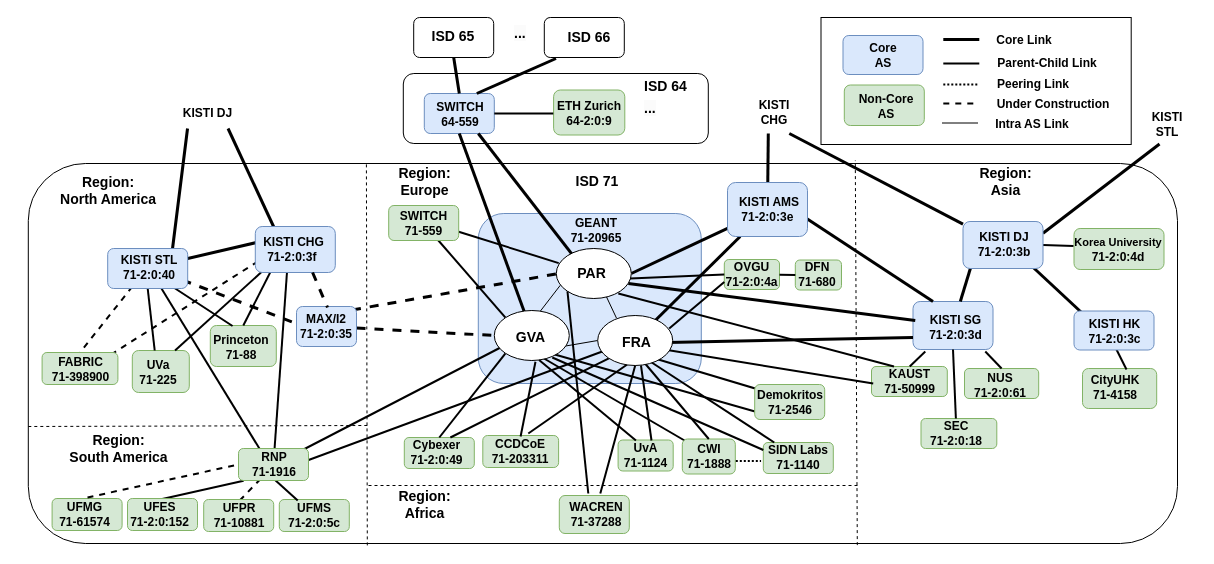
Above: docs/source/images/edunet-topo.drawio in netsys-lab/scion-education-network-documentation (draw.io), before the change. Source tidied: cells renumbered, new cells numbered last; positions are measured from the earlier drawing's top-left corner, leaving out a move shared by most shapes. Both pictures are drawn from the tidied source at 100%, with x=0, y=0 at pixel (17, 17).
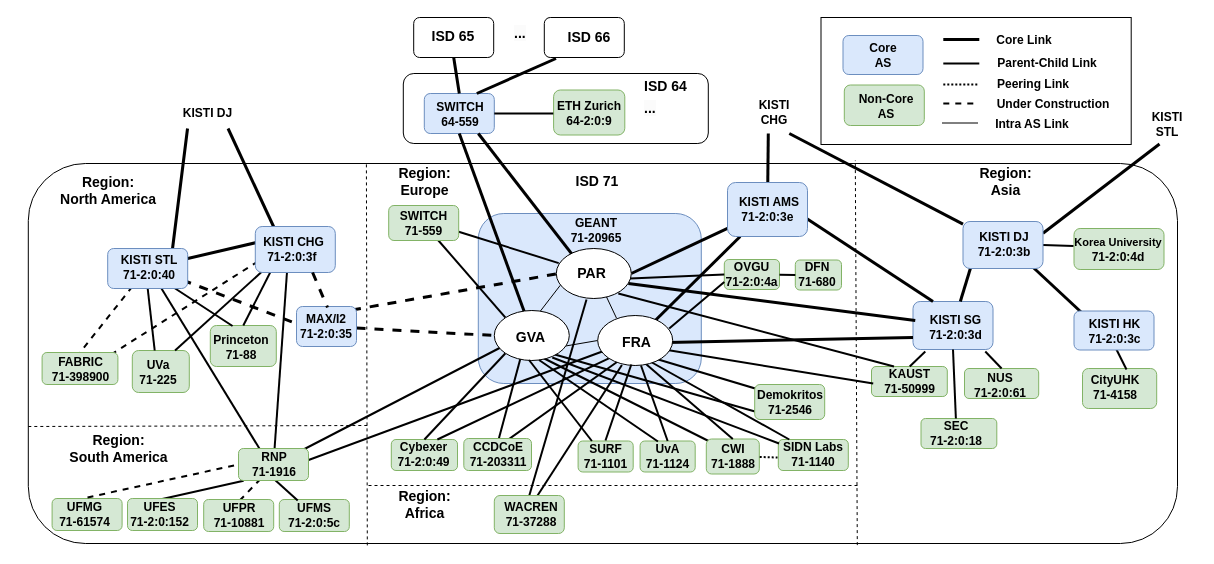
Above is the later version.

Unchanged cells that the change refers to:
```xml
<mxCell id="80" style="ellipse;whiteSpace=wrap;html=1;" parent="1" vertex="1">
  <mxGeometry x="538.8" y="231" width="75" height="50" as="geometry" />
</mxCell>
<mxCell id="134" style="ellipse;whiteSpace=wrap;html=1;" parent="1" vertex="1">
  <mxGeometry x="476.8" y="293" width="75" height="50" as="geometry" />
</mxCell>
<mxCell id="137" style="ellipse;whiteSpace=wrap;html=1;" parent="1" vertex="1">
  <mxGeometry x="580.2" y="298" width="75" height="50" as="geometry" />
</mxCell>
```

What changed in the source:
```diff
@@
     <mxCell id="11" style="rounded=1;whiteSpace=wrap;html=1;fillColor=#d5e8d4;strokeColor=#82b366;" parent="1" vertex="1">
-      <mxGeometry x="745.8" y="425" width="70" height="31" as="geometry" />
+      <mxGeometry x="760.8" y="422" width="70" height="31" as="geometry" />
     </mxCell>
     <mxCell id="12" value="SIDN Labs&lt;br&gt;71-1140" style="text;html=1;strokeColor=none;fillColor=none;align=center;verticalAlign=middle;whiteSpace=wrap;rounded=0;fontStyle=1;" parent="1" vertex="1">
-      <mxGeometry x="745.8" y="425" width="70" height="30" as="geometry" />
+      <mxGeometry x="760.8" y="422" width="70" height="30" as="geometry" />
     </mxCell>
@@
-    <mxCell id="18" style="endArrow=none;html=1;rounded=0;entryX=0.773;entryY=0.94;entryDx=0;entryDy=0;strokeWidth=2;entryPerimeter=0;exitX=0;exitY=0.25;exitDx=0;exitDy=0;" parent="1" edge="1" source="12" target="134">
+    <mxCell id="18" style="endArrow=none;html=1;rounded=0;entryX=0.773;entryY=0.94;entryDx=0;entryDy=0;strokeWidth=2;entryPerimeter=0;exitX=0.011;exitY=0.133;exitDx=0;exitDy=0;exitPerimeter=0;" parent="1" edge="1" source="12" target="134">
       <mxGeometry relative="1" as="geometry" />
     </mxCell>
@@
     <mxCell id="52" style="rounded=1;whiteSpace=wrap;html=1;fillColor=#d5e8d4;strokeColor=#82b366;" parent="1" vertex="1">
-      <mxGeometry x="386.8" y="420" width="70" height="31" as="geometry" />
+      <mxGeometry x="373.8" y="422" width="66.2" height="31" as="geometry" />
     </mxCell>
     <mxCell id="53" value="Cybexer&lt;br&gt;71-2:0:49" style="text;html=1;strokeColor=none;fillColor=none;align=center;verticalAlign=middle;whiteSpace=wrap;rounded=0;fontStyle=1;" parent="1" vertex="1">
-      <mxGeometry x="390.5" y="420" width="56.5" height="30" as="geometry" />
+      <mxGeometry x="377.5" y="422" width="56.5" height="30" as="geometry" />
     </mxCell>
@@
-    <mxCell id="82" style="rounded=1;whiteSpace=wrap;html=1;fillColor=#d5e8d4;strokeColor=#82b366;" parent="1" vertex="1">
-      <mxGeometry x="465.3" y="418" width="75.8" height="32" as="geometry" />
-    </mxCell>
-    <mxCell id="83" value="CCDCoE&lt;br&gt;&lt;font style=&quot;font-size: 12px;&quot;&gt;71-203311&lt;/font&gt;" style="text;html=1;strokeColor=none;fillColor=none;align=center;verticalAlign=middle;whiteSpace=wrap;rounded=0;fontStyle=1;" parent="1" vertex="1">
-      <mxGeometry x="471.1" y="419" width="64" height="30" as="geometry" />
-    </mxCell>
-    <mxCell id="84" style="endArrow=none;html=1;rounded=0;exitX=0.5;exitY=0;exitDx=0;exitDy=0;strokeWidth=2;entryX=0.549;entryY=1.024;entryDx=0;entryDy=0;entryPerimeter=0;" parent="1" edge="1" source="83" target="134">
+    <mxCell id="84" style="endArrow=none;html=1;rounded=0;exitX=0.5;exitY=0;exitDx=0;exitDy=0;strokeWidth=2;entryX=0.35;entryY=0.95;entryDx=0;entryDy=0;entryPerimeter=0;" parent="1" edge="1" source="83" target="134">
       <mxGeometry relative="1" as="geometry" />
     </mxCell>
@@
-    <mxCell id="89" style="rounded=1;whiteSpace=wrap;html=1;fillColor=#d5e8d4;strokeColor=#82b366;" parent="1" vertex="1">
-      <mxGeometry x="541.8" y="478" width="70" height="38" as="geometry" />
-    </mxCell>
-    <mxCell id="90" value="WACREN&lt;div&gt;71-37288&lt;/div&gt;" style="text;html=1;strokeColor=none;fillColor=none;align=center;verticalAlign=middle;whiteSpace=wrap;rounded=0;fontStyle=1;" parent="1" vertex="1">
-      <mxGeometry x="543.8" y="482" width="70" height="30" as="geometry" />
-    </mxCell>
-    <mxCell id="91" style="endArrow=none;html=1;rounded=0;strokeWidth=2;entryX=0;entryY=1;entryDx=0;entryDy=0;" parent="1" edge="1" target="80">
-      <mxGeometry relative="1" as="geometry">
-        <mxPoint x="570.8" y="476" as="sourcePoint" />
-      </mxGeometry>
+    <mxCell id="91" style="endArrow=none;html=1;rounded=0;strokeWidth=2;entryX=0.403;entryY=1.02;entryDx=0;entryDy=0;entryPerimeter=0;exitX=0.5;exitY=0;exitDx=0;exitDy=0;" parent="1" edge="1" source="89" target="80">
+      <mxGeometry relative="1" as="geometry" />
     </mxCell>
-    <mxCell id="92" style="endArrow=none;html=1;rounded=0;entryX=0.5;entryY=1;entryDx=0;entryDy=0;strokeWidth=2;" parent="1" edge="1" target="137">
-      <mxGeometry relative="1" as="geometry">
-        <mxPoint x="582.8" y="476" as="sourcePoint" />
-      </mxGeometry>
+    <mxCell id="92" style="endArrow=none;html=1;rounded=0;strokeWidth=2;entryX=0.323;entryY=0.99;entryDx=0;entryDy=0;entryPerimeter=0;exitX=0.604;exitY=0.039;exitDx=0;exitDy=0;exitPerimeter=0;" parent="1" edge="1" source="89" target="137">
+      <mxGeometry relative="1" as="geometry" />
     </mxCell>
@@
-    <mxCell id="105" style="endArrow=none;html=1;rounded=0;entryX=0.393;entryY=0.98;entryDx=0;entryDy=0;strokeWidth=2;entryPerimeter=0;" parent="1" edge="1" target="137">
-      <mxGeometry relative="1" as="geometry">
-        <mxPoint x="510.8" y="416" as="sourcePoint" />
-      </mxGeometry>
+    <mxCell id="105" style="endArrow=none;html=1;rounded=0;entryX=0.257;entryY=0.93;entryDx=0;entryDy=0;strokeWidth=2;entryPerimeter=0;exitX=0.631;exitY=0.033;exitDx=0;exitDy=0;exitPerimeter=0;" parent="1" edge="1" source="83" target="137">
+      <mxGeometry relative="1" as="geometry" />
     </mxCell>
@@
     <mxCell id="132" style="rounded=1;whiteSpace=wrap;html=1;fillColor=#d5e8d4;strokeColor=#82b366;" parent="1" vertex="1">
-      <mxGeometry x="664.8" y="421.5" width="53" height="35" as="geometry" />
+      <mxGeometry x="688.8" y="421.5" width="53" height="35" as="geometry" />
     </mxCell>
     <mxCell id="133" value="CWI&lt;br&gt;71-1888" style="text;html=1;strokeColor=none;fillColor=none;align=center;verticalAlign=middle;whiteSpace=wrap;rounded=0;fontStyle=1;" parent="1" vertex="1">
-      <mxGeometry x="664.8" y="428.5" width="53.5" height="20" as="geometry" />
+      <mxGeometry x="688.8" y="428.5" width="53.5" height="20" as="geometry" />
     </mxCell>
@@
     <mxCell id="161" style="rounded=1;whiteSpace=wrap;html=1;fillColor=#d5e8d4;strokeColor=#82b366;" parent="1" vertex="1">
-      <mxGeometry x="600.6" y="422.5" width="55.1" height="31" as="geometry" />
+      <mxGeometry x="622.6" y="423.5" width="55.1" height="31" as="geometry" />
     </mxCell>
     <mxCell id="162" value="UvA&lt;br&gt;71-1124" style="text;html=1;strokeColor=none;fillColor=none;align=center;verticalAlign=middle;whiteSpace=wrap;rounded=0;fontStyle=1;" parent="1" vertex="1">
-      <mxGeometry x="600.6" y="422.5" width="55.1" height="30" as="geometry" />
+      <mxGeometry x="622.6" y="423.5" width="55.1" height="30" as="geometry" />
     </mxCell>
-    <mxCell id="163" style="endArrow=none;html=1;rounded=0;strokeWidth=2;dashed=1;dashPattern=1 1;exitX=1;exitY=0.75;exitDx=0;exitDy=0;entryX=-0.032;entryY=0.617;entryDx=0;entryDy=0;entryPerimeter=0;" parent="1" edge="1" source="133" target="12">
-      <mxGeometry relative="1" as="geometry" />
+    <mxCell id="163" style="endArrow=none;html=1;rounded=0;strokeWidth=2;dashed=1;dashPattern=1 1;exitX=1;exitY=0.75;exitDx=0;exitDy=0;" parent="1" edge="1">
+      <mxGeometry relative="1" as="geometry">
+        <mxPoint x="742.2" y="439.5" as="sourcePoint" />
+        <mxPoint x="760" y="440" as="targetPoint" />
+      </mxGeometry>
     </mxCell>
@@
-    <mxCell id="165" style="endArrow=none;html=1;rounded=0;strokeWidth=2;exitX=0.5;exitY=0;exitDx=0;exitDy=0;entryX=0.577;entryY=1;entryDx=0;entryDy=0;entryPerimeter=0;" parent="1" edge="1" target="137">
-      <mxGeometry relative="1" as="geometry">
-        <mxPoint x="634" y="423" as="sourcePoint" />
-      </mxGeometry>
+    <mxCell id="165" style="endArrow=none;html=1;rounded=0;strokeWidth=2;exitX=0.5;exitY=0;exitDx=0;exitDy=0;entryX=0.577;entryY=1;entryDx=0;entryDy=0;entryPerimeter=0;" parent="1" edge="1" source="162" target="137">
+      <mxGeometry relative="1" as="geometry" />
     </mxCell>
@@
+    <mxCell id="82" style="rounded=1;whiteSpace=wrap;html=1;fillColor=#d5e8d4;strokeColor=#82b366;" parent="1" vertex="1">
+      <mxGeometry x="446.3" y="421" width="67.7" height="32" as="geometry" />
+    </mxCell>
+    <mxCell id="83" value="CCDCoE&lt;br&gt;&lt;font style=&quot;font-size: 12px;&quot;&gt;71-203311&lt;/font&gt;" style="text;html=1;strokeColor=none;fillColor=none;align=center;verticalAlign=middle;whiteSpace=wrap;rounded=0;fontStyle=1;" parent="1" vertex="1">
+      <mxGeometry x="449.1" y="422" width="64" height="30" as="geometry" />
+    </mxCell>
+    <mxCell id="89" style="rounded=1;whiteSpace=wrap;html=1;fillColor=#d5e8d4;strokeColor=#82b366;" parent="1" vertex="1">
+      <mxGeometry x="476.8" y="478" width="70" height="38" as="geometry" />
+    </mxCell>
+    <mxCell id="90" value="WACREN&lt;div&gt;71-37288&lt;/div&gt;" style="text;html=1;strokeColor=none;fillColor=none;align=center;verticalAlign=middle;whiteSpace=wrap;rounded=0;fontStyle=1;" parent="1" vertex="1">
+      <mxGeometry x="478.8" y="482" width="70" height="30" as="geometry" />
+    </mxCell>
+    <mxCell id="177" style="rounded=1;whiteSpace=wrap;html=1;fillColor=#d5e8d4;strokeColor=#82b366;" parent="1" vertex="1">
+      <mxGeometry x="560.6" y="423.5" width="55.1" height="31" as="geometry" />
+    </mxCell>
+    <mxCell id="178" value="SURF&lt;br&gt;71-1101" style="text;html=1;strokeColor=none;fillColor=none;align=center;verticalAlign=middle;whiteSpace=wrap;rounded=0;fontStyle=1;" parent="1" vertex="1">
+      <mxGeometry x="560.6" y="423.5" width="55.1" height="30" as="geometry" />
+    </mxCell>
+    <mxCell id="179" style="endArrow=none;html=1;rounded=0;entryX=0.463;entryY=0.99;entryDx=0;entryDy=0;strokeWidth=2;entryPerimeter=0;exitX=0.25;exitY=0;exitDx=0;exitDy=0;" parent="1" edge="1" source="178" target="134">
+      <mxGeometry relative="1" as="geometry" />
+    </mxCell>
+    <mxCell id="180" style="endArrow=none;html=1;rounded=0;strokeWidth=2;entryX=0.577;entryY=1;entryDx=0;entryDy=0;entryPerimeter=0;" parent="1" edge="1">
+      <mxGeometry relative="1" as="geometry">
+        <mxPoint x="588" y="423" as="sourcePoint" />
+        <mxPoint x="613.8" y="347" as="targetPoint" />
+      </mxGeometry>
+    </mxCell>
```
